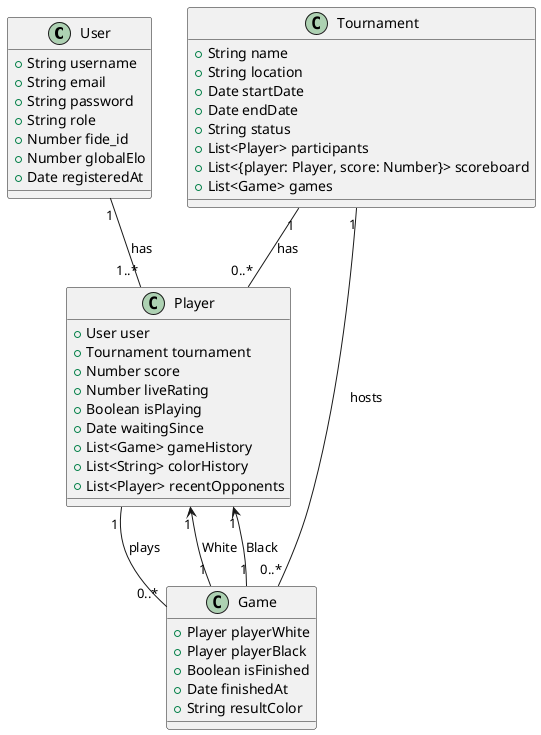
Earlier version of the PlantUML export docs/diagrams/class_diagram.png (geokoko/NTUArena). Source of this version:
```plantuml
@startuml
class User {
		+String username
		+String email
		+String password
		+String role
		+Number fide_id
		+Number globalElo
		+Date registeredAt
}

class Player {
		+User user
		+Tournament tournament
		+Number score
		+Number liveRating
		+Boolean isPlaying
		+Date waitingSince
		+List<Game> gameHistory
		+List<String> colorHistory
		+List<Player> recentOpponents
}

class Tournament {
		+String name
		+String location
		+Date startDate
		+Date endDate
		+String status
		+List<Player> participants
		+List<{player: Player, score: Number}> scoreboard
		+List<Game> games
}

class Game {
		+Player playerWhite
		+Player playerBlack
		+Boolean isFinished
		+Date finishedAt
		+String resultColor
}

User "1" -- "1..*" Player : has
Tournament "1" -- "0..*" Player : has
Tournament "1" -- "0..*" Game : hosts
Player "1" -- "0..*" Game : plays
Game "1" --> "1" Player : White
Game "1" --> "1" Player : Black
@enduml
```
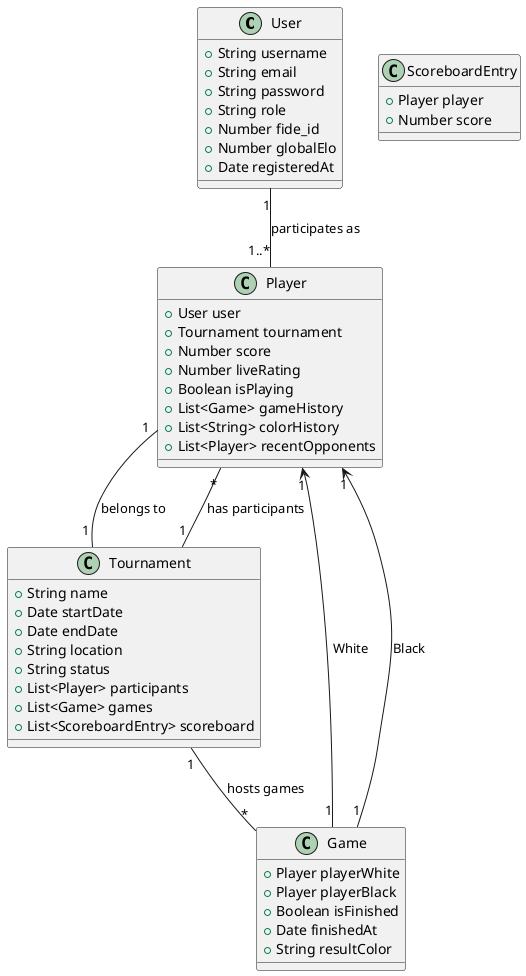
The same file after the commit.

Commit message:
Corrected UML class diagram

What changed in the source:
```diff
@@ -1,49 +1,54 @@
 @startuml
 class User {
-		+String username
-		+String email
-		+String password
-		+String role
-		+Number fide_id
-		+Number globalElo
-		+Date registeredAt
+  +String username
+  +String email
+  +String password
+  +String role
+  +Number fide_id
+  +Number globalElo
+  +Date registeredAt
 }
 
 class Player {
-		+User user
-		+Tournament tournament
-		+Number score
-		+Number liveRating
-		+Boolean isPlaying
-		+Date waitingSince
-		+List<Game> gameHistory
-		+List<String> colorHistory
-		+List<Player> recentOpponents
+  +User user
+  +Tournament tournament
+  +Number score
+  +Number liveRating
+  +Boolean isPlaying
+  +List<Game> gameHistory
+  +List<String> colorHistory
+  +List<Player> recentOpponents
 }
 
 class Tournament {
-		+String name
-		+String location
-		+Date startDate
-		+Date endDate
-		+String status
-		+List<Player> participants
-		+List<{player: Player, score: Number}> scoreboard
-		+List<Game> games
+  +String name
+  +Date startDate
+  +Date endDate
+  +String location
+  +String status
+  +List<Player> participants
+  +List<Game> games
+  +List<ScoreboardEntry> scoreboard
 }
 
 class Game {
-		+Player playerWhite
-		+Player playerBlack
-		+Boolean isFinished
-		+Date finishedAt
-		+String resultColor
+  +Player playerWhite
+  +Player playerBlack
+  +Boolean isFinished
+  +Date finishedAt
+  +String resultColor
 }
 
-User "1" -- "1..*" Player : has
-Tournament "1" -- "0..*" Player : has
-Tournament "1" -- "0..*" Game : hosts
-Player "1" -- "0..*" Game : plays
+class ScoreboardEntry {
+  +Player player
+  +Number score
+}
+
+User "1" -- "1..*" Player : participates as
+Player "1" -- "1" Tournament : belongs to
+Tournament "1" -- "*" Player : has participants
+Tournament "1" -- "*" Game : hosts games
 Game "1" --> "1" Player : White
 Game "1" --> "1" Player : Black
+
 @enduml
```
